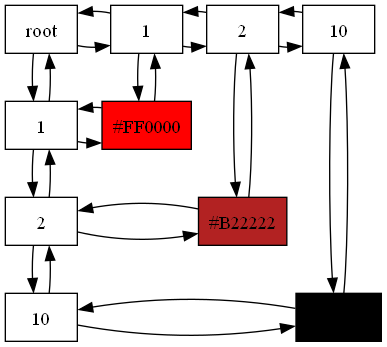
Earlier version of the Graphviz export Fase2_EDD/matrix.png (FranklinONP/EDD_PROYECTO_202200089). Its source is kept beside it as Fase2_EDD/matrix.dot.
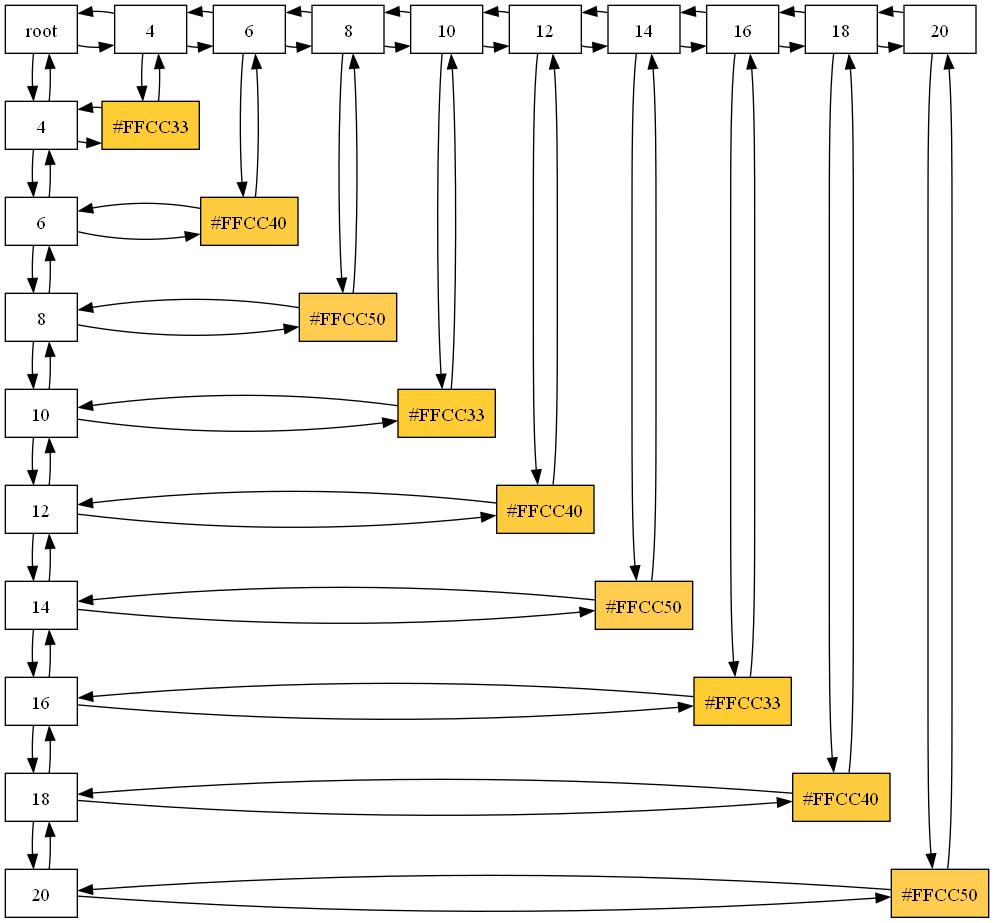
Above is the later version.

What changed in the source:
```diff
@@ -1,41 +1,113 @@
  digraph Matrix {
  node[shape = "box"]
  "Nodo0_0"[label = "root", group="0"]
- "Nodo0_0"->"Nodo2_0"
- "Nodo0_0"->"Nodo2_0"[dir = back]
- "Nodo0_0"->"Nodo0_2"
- "Nodo0_0"->"Nodo0_2"[dir = back]
- "Nodo2_0"[label = "1", group="2"]
- "Nodo2_0"->"Nodo3_0"
- "Nodo2_0"->"Nodo3_0"[dir = back]
- "Nodo2_0"->"Nodo2_2"
- "Nodo2_0"->"Nodo2_2"[dir = back]
- "Nodo3_0"[label = "2", group="3"]
- "Nodo3_0"->"Nodo11_0"
- "Nodo3_0"->"Nodo11_0"[dir = back]
- "Nodo3_0"->"Nodo3_3"
- "Nodo3_0"->"Nodo3_3"[dir = back]
+ "Nodo0_0"->"Nodo5_0"
+ "Nodo0_0"->"Nodo5_0"[dir = back]
+ "Nodo0_0"->"Nodo0_5"
+ "Nodo0_0"->"Nodo0_5"[dir = back]
+ "Nodo5_0"[label = "4", group="5"]
+ "Nodo5_0"->"Nodo7_0"
+ "Nodo5_0"->"Nodo7_0"[dir = back]
+ "Nodo5_0"->"Nodo5_5"
+ "Nodo5_0"->"Nodo5_5"[dir = back]
+ "Nodo7_0"[label = "6", group="7"]
+ "Nodo7_0"->"Nodo9_0"
+ "Nodo7_0"->"Nodo9_0"[dir = back]
+ "Nodo7_0"->"Nodo7_7"
+ "Nodo7_0"->"Nodo7_7"[dir = back]
+ "Nodo9_0"[label = "8", group="9"]
+ "Nodo9_0"->"Nodo11_0"
+ "Nodo9_0"->"Nodo11_0"[dir = back]
+ "Nodo9_0"->"Nodo9_9"
+ "Nodo9_0"->"Nodo9_9"[dir = back]
  "Nodo11_0"[label = "10", group="11"]
+ "Nodo11_0"->"Nodo13_0"
+ "Nodo11_0"->"Nodo13_0"[dir = back]
  "Nodo11_0"->"Nodo11_11"
  "Nodo11_0"->"Nodo11_11"[dir = back]
- {rank=same;"Nodo0_0";"Nodo2_0";"Nodo3_0";"Nodo11_0"}
- "Nodo0_2"[label = "1", group="0"]
- "Nodo0_2"->"Nodo2_2"
- "Nodo0_2"->"Nodo2_2"[dir = back]
- "Nodo0_2"->"Nodo0_3"
- "Nodo0_2"->"Nodo0_3"[dir = back]
- "Nodo2_2"[label = "#FF0000", style = filled, fillcolor= "#FF0000" group="2"]
- {rank=same;"Nodo0_2";"Nodo2_2"}
- "Nodo0_3"[label = "2", group="0"]
- "Nodo0_3"->"Nodo3_3"
- "Nodo0_3"->"Nodo3_3"[dir = back]
- "Nodo0_3"->"Nodo0_11"
- "Nodo0_3"->"Nodo0_11"[dir = back]
- "Nodo3_3"[label = "#B22222", style = filled, fillcolor= "#B22222" group="3"]
- {rank=same;"Nodo0_3";"Nodo3_3"}
+ "Nodo13_0"[label = "12", group="13"]
+ "Nodo13_0"->"Nodo15_0"
+ "Nodo13_0"->"Nodo15_0"[dir = back]
+ "Nodo13_0"->"Nodo13_13"
+ "Nodo13_0"->"Nodo13_13"[dir = back]
+ "Nodo15_0"[label = "14", group="15"]
+ "Nodo15_0"->"Nodo17_0"
+ "Nodo15_0"->"Nodo17_0"[dir = back]
+ "Nodo15_0"->"Nodo15_15"
+ "Nodo15_0"->"Nodo15_15"[dir = back]
+ "Nodo17_0"[label = "16", group="17"]
+ "Nodo17_0"->"Nodo19_0"
+ "Nodo17_0"->"Nodo19_0"[dir = back]
+ "Nodo17_0"->"Nodo17_17"
+ "Nodo17_0"->"Nodo17_17"[dir = back]
+ "Nodo19_0"[label = "18", group="19"]
+ "Nodo19_0"->"Nodo21_0"
+ "Nodo19_0"->"Nodo21_0"[dir = back]
+ "Nodo19_0"->"Nodo19_19"
+ "Nodo19_0"->"Nodo19_19"[dir = back]
+ "Nodo21_0"[label = "20", group="21"]
+ "Nodo21_0"->"Nodo21_21"
+ "Nodo21_0"->"Nodo21_21"[dir = back]
+ {rank=same;"Nodo0_0";"Nodo5_0";"Nodo7_0";"Nodo9_0";"Nodo11_0";"Nodo13_0";"Nodo15_0";"Nodo17_0";"Nodo19_0";"Nodo21_0"}
+ "Nodo0_5"[label = "4", group="0"]
+ "Nodo0_5"->"Nodo5_5"
+ "Nodo0_5"->"Nodo5_5"[dir = back]
+ "Nodo0_5"->"Nodo0_7"
+ "Nodo0_5"->"Nodo0_7"[dir = back]
+ "Nodo5_5"[label = "#FFCC33", style = filled, fillcolor= "#FFCC33" group="5"]
+ {rank=same;"Nodo0_5";"Nodo5_5"}
+ "Nodo0_7"[label = "6", group="0"]
+ "Nodo0_7"->"Nodo7_7"
+ "Nodo0_7"->"Nodo7_7"[dir = back]
+ "Nodo0_7"->"Nodo0_9"
+ "Nodo0_7"->"Nodo0_9"[dir = back]
+ "Nodo7_7"[label = "#FFCC40", style = filled, fillcolor= "#FFCC40" group="7"]
+ {rank=same;"Nodo0_7";"Nodo7_7"}
+ "Nodo0_9"[label = "8", group="0"]
+ "Nodo0_9"->"Nodo9_9"
+ "Nodo0_9"->"Nodo9_9"[dir = back]
+ "Nodo0_9"->"Nodo0_11"
+ "Nodo0_9"->"Nodo0_11"[dir = back]
+ "Nodo9_9"[label = "#FFCC50", style = filled, fillcolor= "#FFCC50" group="9"]
+ {rank=same;"Nodo0_9";"Nodo9_9"}
  "Nodo0_11"[label = "10", group="0"]
  "Nodo0_11"->"Nodo11_11"
  "Nodo0_11"->"Nodo11_11"[dir = back]
- "Nodo11_11"[label = "#000000", style = filled, fillcolor= "#000000" group="11"]
+ "Nodo0_11"->"Nodo0_13"
+ "Nodo0_11"->"Nodo0_13"[dir = back]
+ "Nodo11_11"[label = "#FFCC33", style = filled, fillcolor= "#FFCC33" group="11"]
  {rank=same;"Nodo0_11";"Nodo11_11"}
+ "Nodo0_13"[label = "12", group="0"]
+ "Nodo0_13"->"Nodo13_13"
+ "Nodo0_13"->"Nodo13_13"[dir = back]
+ "Nodo0_13"->"Nodo0_15"
+ "Nodo0_13"->"Nodo0_15"[dir = back]
+ "Nodo13_13"[label = "#FFCC40", style = filled, fillcolor= "#FFCC40" group="13"]
+ {rank=same;"Nodo0_13";"Nodo13_13"}
+ "Nodo0_15"[label = "14", group="0"]
+ "Nodo0_15"->"Nodo15_15"
+ "Nodo0_15"->"Nodo15_15"[dir = back]
+ "Nodo0_15"->"Nodo0_17"
+ "Nodo0_15"->"Nodo0_17"[dir = back]
+ "Nodo15_15"[label = "#FFCC50", style = filled, fillcolor= "#FFCC50" group="15"]
+ {rank=same;"Nodo0_15";"Nodo15_15"}
+ "Nodo0_17"[label = "16", group="0"]
+ "Nodo0_17"->"Nodo17_17"
+ "Nodo0_17"->"Nodo17_17"[dir = back]
+ "Nodo0_17"->"Nodo0_19"
+ "Nodo0_17"->"Nodo0_19"[dir = back]
+ "Nodo17_17"[label = "#FFCC33", style = filled, fillcolor= "#FFCC33" group="17"]
+ {rank=same;"Nodo0_17";"Nodo17_17"}
+ "Nodo0_19"[label = "18", group="0"]
+ "Nodo0_19"->"Nodo19_19"
+ "Nodo0_19"->"Nodo19_19"[dir = back]
+ "Nodo0_19"->"Nodo0_21"
+ "Nodo0_19"->"Nodo0_21"[dir = back]
+ "Nodo19_19"[label = "#FFCC40", style = filled, fillcolor= "#FFCC40" group="19"]
+ {rank=same;"Nodo0_19";"Nodo19_19"}
+ "Nodo0_21"[label = "20", group="0"]
+ "Nodo0_21"->"Nodo21_21"
+ "Nodo0_21"->"Nodo21_21"[dir = back]
+ "Nodo21_21"[label = "#FFCC50", style = filled, fillcolor= "#FFCC50" group="21"]
+ {rank=same;"Nodo0_21";"Nodo21_21"}
  }
```
